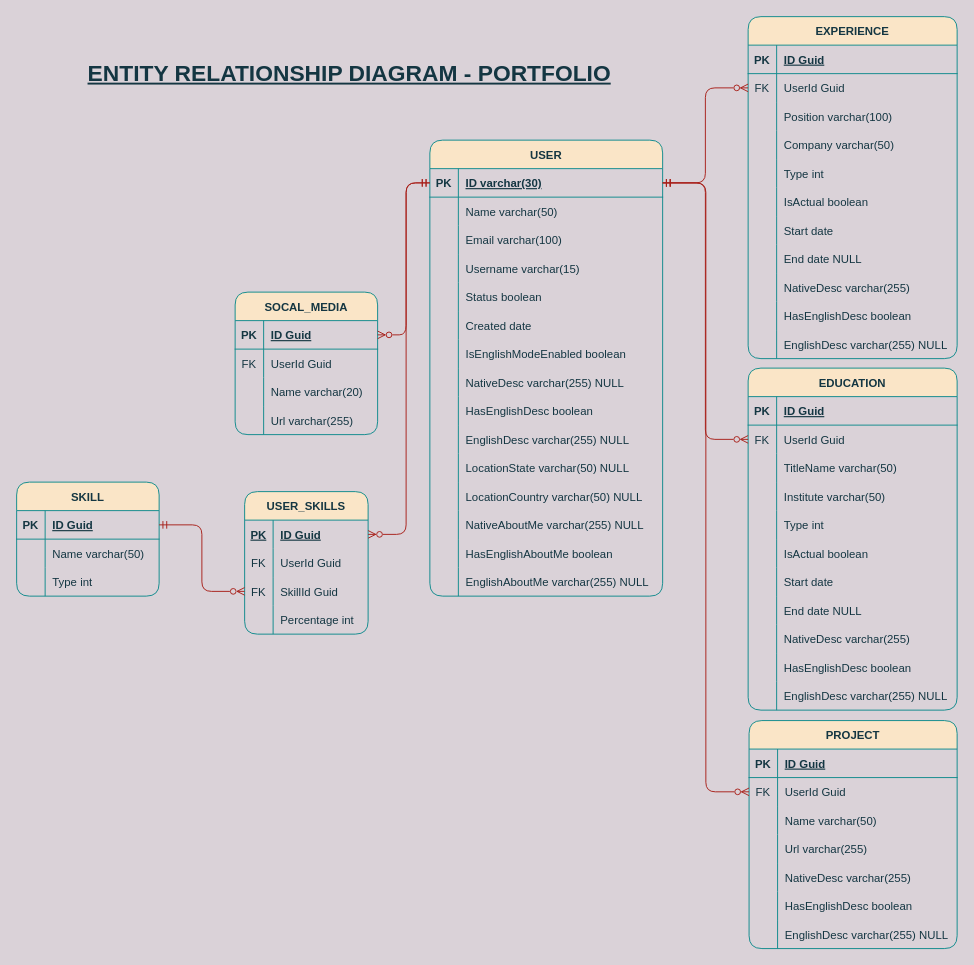
Above: Database/Entity Relationship Diagram.drawio in tiagoramirez/portfolio-backend-dotnet (draw.io), before the change. Source tidied: cells renumbered, new cells numbered last; positions are measured from the earlier drawing's top-left corner, leaving out a move shared by most shapes. Both pictures are drawn from the tidied source at 95%, with x=0, y=0 at pixel (16, 16).
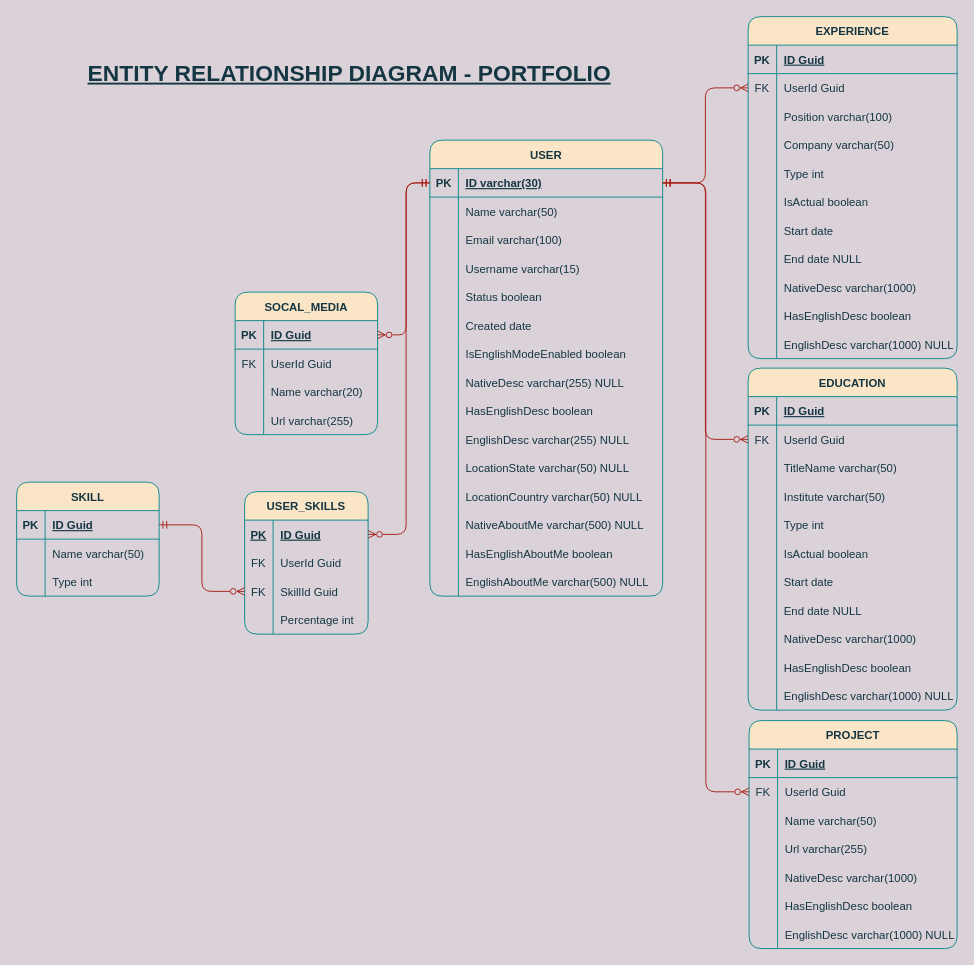
After the change.

The change refers to these unchanged cells:
```xml
<mxCell id="27" style="shape=partialRectangle;fillColor=none;top=0;left=0;bottom=0;right=0;strokeColor=#0F8B8D;fontColor=#143642;rounded=1;labelBackgroundColor=none;" parent="2" vertex="1">
  <mxGeometry y="270" width="220" height="30" as="geometry" />
</mxCell>
<mxCell id="33" style="shape=partialRectangle;fillColor=none;top=0;left=0;bottom=0;right=0;strokeColor=#0F8B8D;fontColor=#143642;rounded=1;labelBackgroundColor=none;" parent="2" vertex="1">
  <mxGeometry y="330" width="220" height="30" as="geometry" />
</mxCell>
<mxCell id="72" style="shape=partialRectangle;fillColor=none;top=0;left=0;bottom=0;right=0;strokeColor=#0F8B8D;fontColor=#143642;rounded=1;labelBackgroundColor=none;" parent="59" vertex="1">
  <mxGeometry y="150" width="219" height="30" as="geometry" />
</mxCell>
<mxCell id="78" style="shape=partialRectangle;fillColor=none;top=0;left=0;bottom=0;right=0;strokeColor=#0F8B8D;fontColor=#143642;rounded=1;labelBackgroundColor=none;" parent="59" vertex="1">
  <mxGeometry y="210" width="219" height="30" as="geometry" />
</mxCell>
<mxCell id="118" style="shape=partialRectangle;fillColor=none;top=0;left=0;bottom=0;right=0;strokeColor=#0F8B8D;fontColor=#143642;rounded=1;labelBackgroundColor=none;" parent="81" vertex="1">
  <mxGeometry y="390" width="245" height="30" as="geometry" />
</mxCell>
<mxCell id="124" style="shape=partialRectangle;fillColor=none;top=0;left=0;bottom=0;right=0;strokeColor=#0F8B8D;fontColor=#143642;rounded=1;labelBackgroundColor=none;" parent="81" vertex="1">
  <mxGeometry y="450" width="245" height="30" as="geometry" />
</mxCell>
<mxCell id="170" style="shape=partialRectangle;fillColor=none;top=0;left=0;bottom=0;right=0;strokeColor=#0F8B8D;fontColor=#143642;rounded=1;labelBackgroundColor=none;" parent="145" vertex="1">
  <mxGeometry y="270" width="220" height="30" as="geometry" />
</mxCell>
<mxCell id="176" style="shape=partialRectangle;fillColor=none;top=0;left=0;bottom=0;right=0;strokeColor=#0F8B8D;fontColor=#143642;rounded=1;labelBackgroundColor=none;" parent="145" vertex="1">
  <mxGeometry y="330" width="220" height="30" as="geometry" />
</mxCell>
```

The edit, as a diff of the source:
```diff
@@
-    <mxCell id="29" value="NativeDesc varchar(255)" style="shape=partialRectangle;fillColor=none;top=0;left=0;bottom=0;right=0;align=left;spacingLeft=6;overflow=hidden;strokeColor=#0F8B8D;fontColor=#143642;rounded=1;labelBackgroundColor=none;" parent="27" vertex="1">
+    <mxCell id="29" value="NativeDesc varchar(1000)" style="shape=partialRectangle;fillColor=none;top=0;left=0;bottom=0;right=0;align=left;spacingLeft=6;overflow=hidden;strokeColor=#0F8B8D;fontColor=#143642;rounded=1;labelBackgroundColor=none;" parent="27" vertex="1">
       <mxGeometry x="30" width="190" height="30" as="geometry" />
     </mxCell>
@@
-    <mxCell id="35" value="EnglishDesc varchar(255) NULL" style="shape=partialRectangle;fillColor=none;top=0;left=0;bottom=0;right=0;align=left;spacingLeft=6;overflow=hidden;strokeColor=#0F8B8D;fontColor=#143642;rounded=1;labelBackgroundColor=none;" parent="33" vertex="1">
+    <mxCell id="35" value="EnglishDesc varchar(1000) NULL" style="shape=partialRectangle;fillColor=none;top=0;left=0;bottom=0;right=0;align=left;spacingLeft=6;overflow=hidden;strokeColor=#0F8B8D;fontColor=#143642;rounded=1;labelBackgroundColor=none;" parent="33" vertex="1">
       <mxGeometry x="30" width="190" height="30" as="geometry" />
     </mxCell>
@@
-    <mxCell id="74" value="NativeDesc varchar(255)" style="shape=partialRectangle;fillColor=none;top=0;left=0;bottom=0;right=0;align=left;spacingLeft=6;overflow=hidden;strokeColor=#0F8B8D;fontColor=#143642;rounded=1;labelBackgroundColor=none;" parent="72" vertex="1">
+    <mxCell id="74" value="NativeDesc varchar(1000)" style="shape=partialRectangle;fillColor=none;top=0;left=0;bottom=0;right=0;align=left;spacingLeft=6;overflow=hidden;strokeColor=#0F8B8D;fontColor=#143642;rounded=1;labelBackgroundColor=none;" parent="72" vertex="1">
       <mxGeometry x="30" width="189" height="30" as="geometry" />
     </mxCell>
@@
-    <mxCell id="80" value="EnglishDesc varchar(255) NULL" style="shape=partialRectangle;fillColor=none;top=0;left=0;bottom=0;right=0;align=left;spacingLeft=6;overflow=hidden;strokeColor=#0F8B8D;fontColor=#143642;rounded=1;labelBackgroundColor=none;" parent="78" vertex="1">
+    <mxCell id="80" value="EnglishDesc varchar(1000) NULL" style="shape=partialRectangle;fillColor=none;top=0;left=0;bottom=0;right=0;align=left;spacingLeft=6;overflow=hidden;strokeColor=#0F8B8D;fontColor=#143642;rounded=1;labelBackgroundColor=none;" parent="78" vertex="1">
       <mxGeometry x="30" width="189" height="30" as="geometry" />
     </mxCell>
@@
-    <mxCell id="120" value="NativeAboutMe varchar(255) NULL" style="shape=partialRectangle;fillColor=none;top=0;left=0;bottom=0;right=0;align=left;spacingLeft=6;overflow=hidden;strokeColor=#0F8B8D;fontColor=#143642;rounded=1;labelBackgroundColor=none;" parent="118" vertex="1">
+    <mxCell id="120" value="NativeAboutMe varchar(500) NULL" style="shape=partialRectangle;fillColor=none;top=0;left=0;bottom=0;right=0;align=left;spacingLeft=6;overflow=hidden;strokeColor=#0F8B8D;fontColor=#143642;rounded=1;labelBackgroundColor=none;" parent="118" vertex="1">
       <mxGeometry x="30" width="215" height="30" as="geometry" />
     </mxCell>
@@
-    <mxCell id="126" value="EnglishAboutMe varchar(255) NULL" style="shape=partialRectangle;fillColor=none;top=0;left=0;bottom=0;right=0;align=left;spacingLeft=6;overflow=hidden;strokeColor=#0F8B8D;fontColor=#143642;rounded=1;labelBackgroundColor=none;" parent="124" vertex="1">
+    <mxCell id="126" value="EnglishAboutMe varchar(500) NULL" style="shape=partialRectangle;fillColor=none;top=0;left=0;bottom=0;right=0;align=left;spacingLeft=6;overflow=hidden;strokeColor=#0F8B8D;fontColor=#143642;rounded=1;labelBackgroundColor=none;" parent="124" vertex="1">
       <mxGeometry x="30" width="215" height="30" as="geometry" />
     </mxCell>
@@
-    <mxCell id="172" value="NativeDesc varchar(255)" style="shape=partialRectangle;fillColor=none;top=0;left=0;bottom=0;right=0;align=left;spacingLeft=6;overflow=hidden;strokeColor=#0F8B8D;fontColor=#143642;rounded=1;labelBackgroundColor=none;" parent="170" vertex="1">
+    <mxCell id="172" value="NativeDesc varchar(1000)" style="shape=partialRectangle;fillColor=none;top=0;left=0;bottom=0;right=0;align=left;spacingLeft=6;overflow=hidden;strokeColor=#0F8B8D;fontColor=#143642;rounded=1;labelBackgroundColor=none;" parent="170" vertex="1">
       <mxGeometry x="30" width="190" height="30" as="geometry" />
     </mxCell>
@@
-    <mxCell id="178" value="EnglishDesc varchar(255) NULL" style="shape=partialRectangle;fillColor=none;top=0;left=0;bottom=0;right=0;align=left;spacingLeft=6;overflow=hidden;strokeColor=#0F8B8D;fontColor=#143642;rounded=1;labelBackgroundColor=none;" parent="176" vertex="1">
+    <mxCell id="178" value="EnglishDesc varchar(1000) NULL" style="shape=partialRectangle;fillColor=none;top=0;left=0;bottom=0;right=0;align=left;spacingLeft=6;overflow=hidden;strokeColor=#0F8B8D;fontColor=#143642;rounded=1;labelBackgroundColor=none;" parent="176" vertex="1">
       <mxGeometry x="30" width="190" height="30" as="geometry" />
     </mxCell>
```
